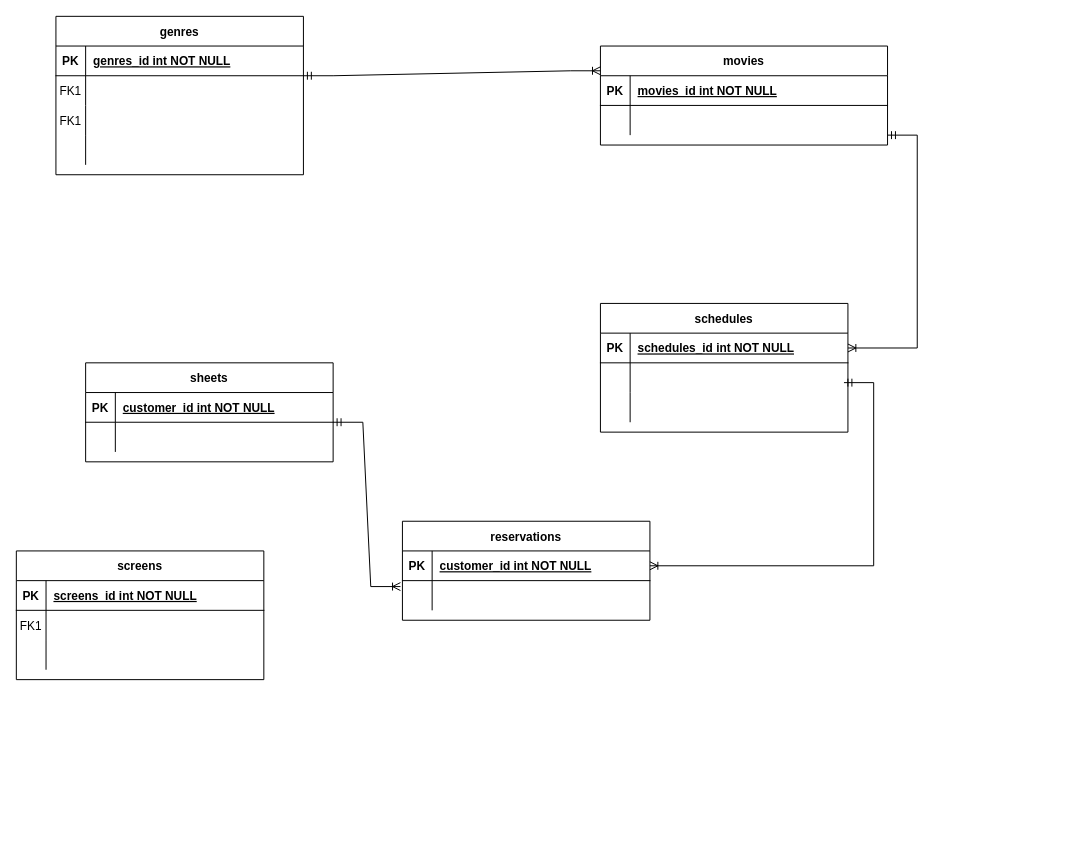
satohirok/twitter_clone_ER keeps this draw.io diagram as techtrain.drawio. Above is the earlier version. Source tidied: cells renumbered, new cells numbered last; positions are measured from the earlier drawing's top-left corner, leaving out a move shared by most shapes. Both pictures are drawn from the tidied source at 99%, with x=0, y=0 at pixel (16, 16).
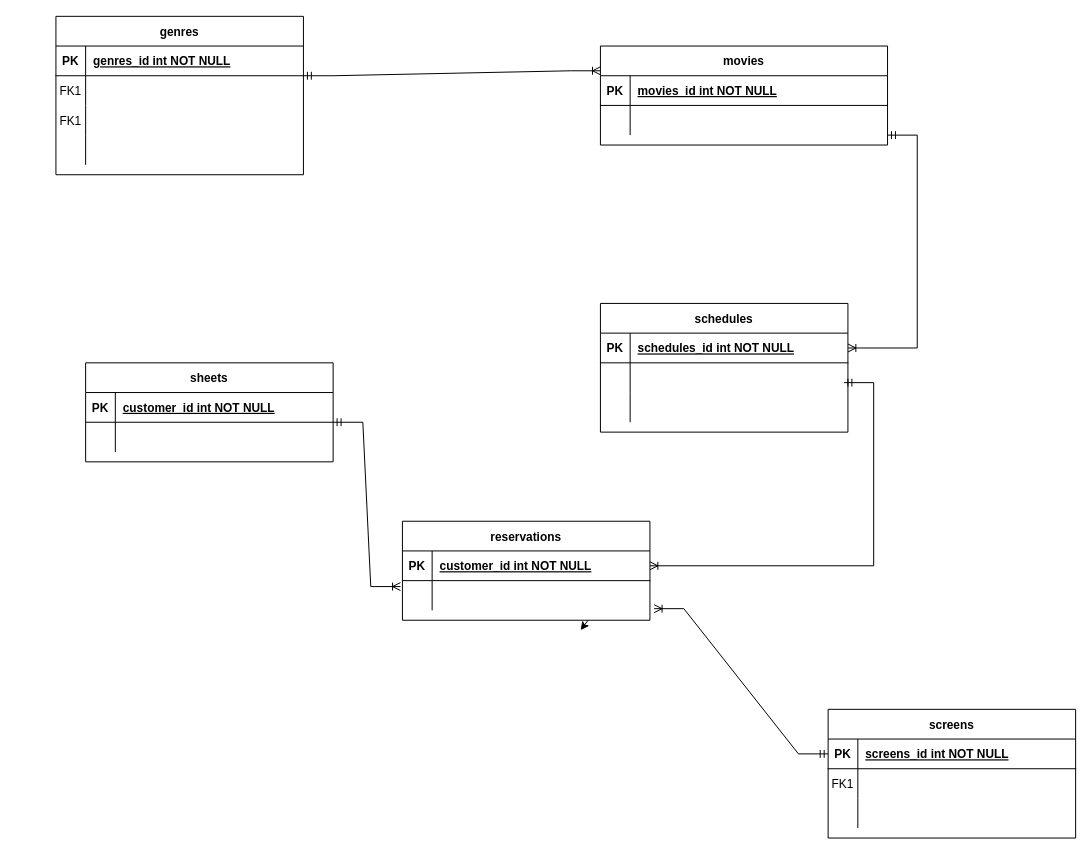
After the change.

Commit message:
techtrain.drawio を更新します

The change refers to these unchanged cells:
```xml
<mxCell id="16" style="shape=partialRectangle;fillColor=none;points=[[0,0.5],[1,0.5]];portConstraint=eastwest;top=0;left=0;right=0;bottom=1;" parent="15" vertex="1">
  <mxGeometry y="30" width="250" height="30" as="geometry" />
</mxCell>
<mxCell id="32" value="reservations" style="shape=table;startSize=30;childLayout=tableLayout;rowLines=0;fontStyle=1;align=center;" parent="1" vertex="1">
  <mxGeometry x="390" y="510" width="250" height="100" as="geometry" />
</mxCell>
<mxCell id="36" style="shape=partialRectangle;fillColor=none;points=[[0,0.5],[1,0.5]];portConstraint=eastwest;top=0;left=0;right=0;bottom=0;" parent="32" vertex="1">
  <mxGeometry y="60" width="250" height="30" as="geometry" />
</mxCell>
```

The edit, as a diff of the source:
```diff
@@
     <mxCell id="15" value="screens" style="shape=table;startSize=30;childLayout=tableLayout;rowLines=0;fontStyle=1;align=center;" parent="1" vertex="1">
-      <mxGeometry y="540" width="250" height="130" as="geometry" />
+      <mxGeometry x="820" y="700" width="250" height="130" as="geometry" />
     </mxCell>
@@
+    <mxCell id="61" style="edgeStyle=none;rounded=0;jettySize=auto;html=1;exitX=0.75;exitY=1;exitDx=0;exitDy=0;" parent="1" edge="1" source="32">
+      <mxGeometry relative="1" as="geometry">
+        <mxPoint x="570" y="620" as="targetPoint" />
+      </mxGeometry>
+    </mxCell>
@@
+    <mxCell id="62" style="edgeStyle=entityRelationEdgeStyle;fontSize=12;html=1;endArrow=ERoneToMany;startArrow=ERmandOne;rounded=0;entryX=1.017;entryY=0.944;entryDx=0;entryDy=0;entryPerimeter=0;" parent="1" edge="1" source="16" target="36">
+      <mxGeometry relative="1" as="geometry">
+        <Array as="points">
+          <mxPoint x="740" y="800" />
+          <mxPoint x="720" y="670" />
+          <mxPoint x="530" y="650" />
+          <mxPoint x="640" y="620" />
+          <mxPoint x="290" y="455" />
+          <mxPoint x="260" y="700" />
+          <mxPoint x="240" y="445" />
+        </Array>
+      </mxGeometry>
+    </mxCell>
```
